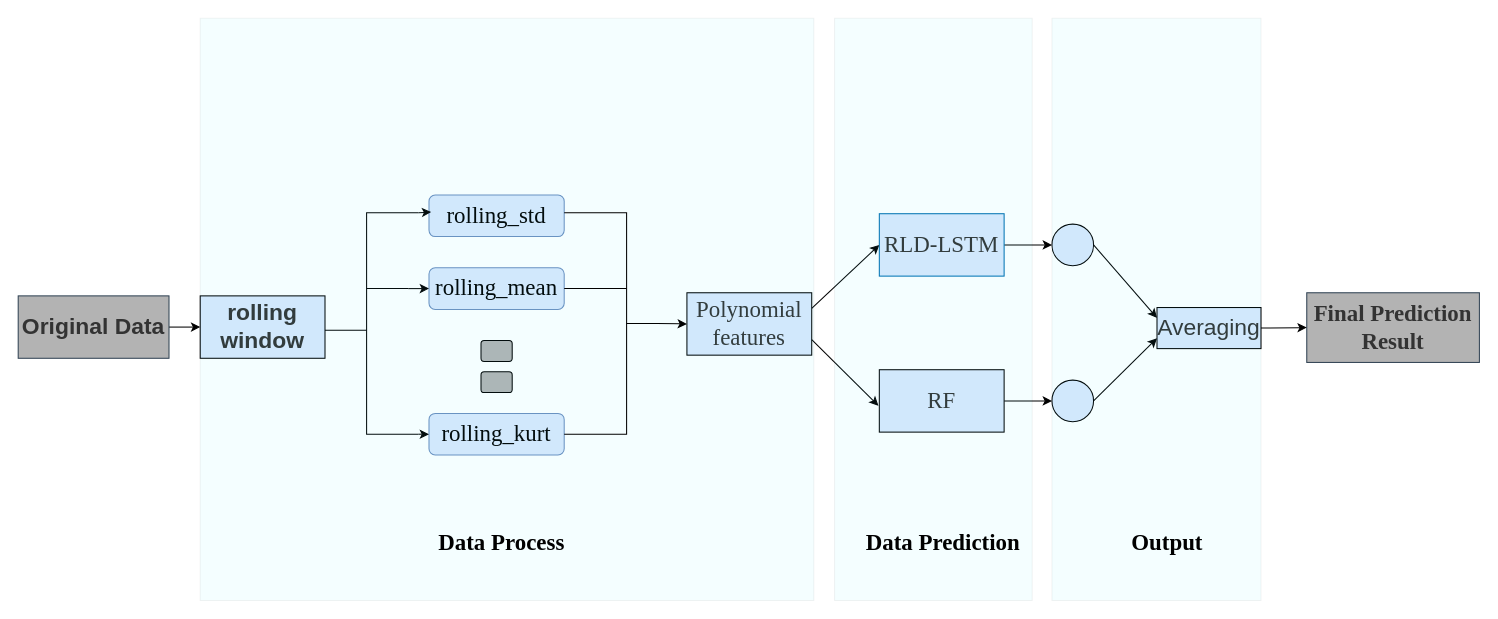
Lu-Ming-Song/C keeps this draw.io diagram as huihe.drawio. Above is the earlier version. Source tidied: cells renumbered, new cells numbered last; positions are measured from the earlier drawing's top-left corner, leaving out a move shared by most shapes. Both pictures are drawn from the tidied source at 104%, with x=0, y=0 at pixel (18, 18).
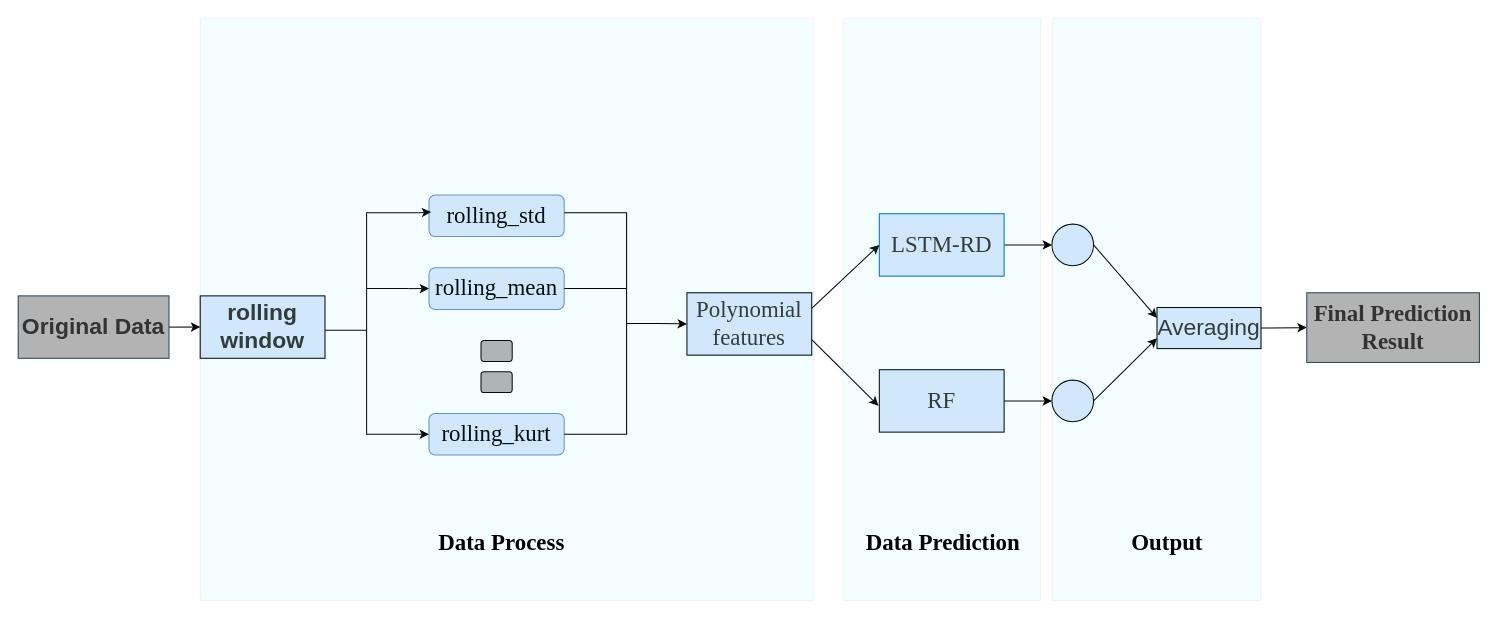
Above is the later version.

Change to the diagram source:
```diff
@@
-    <mxCell id="13" value="&lt;font color=&quot;#333333&quot; style=&quot;font-size: 22px;&quot; face=&quot;Times New Roman&quot;&gt;RLD-LSTM&lt;/font&gt;" style="rounded=0;whiteSpace=wrap;html=1;fillColor=#DAE8FC;fontColor=#ffffff;strokeColor=#006EAF;" parent="1" vertex="1">
+    <mxCell id="13" value="&lt;font color=&quot;#333333&quot; style=&quot;font-size: 22px;&quot; face=&quot;Times New Roman&quot;&gt;LSTM-RD&lt;/font&gt;" style="rounded=0;whiteSpace=wrap;html=1;fillColor=#DAE8FC;fontColor=#ffffff;strokeColor=#006EAF;" parent="1" vertex="1">
       <mxGeometry x="828" y="188" width="120" height="60" as="geometry" />
     </mxCell>
@@
     <mxCell id="32" style="verticalLabelPosition=bottom;verticalAlign=top;html=1;shape=mxgraph.basic.rect;fillColor2=none;strokeWidth=1;size=20;indent=5;opacity=5;fillColor=#36DDFF;" parent="1" vertex="1">
-      <mxGeometry x="785" width="190" height="560" as="geometry" />
+      <mxGeometry x="793" width="190" height="560" as="geometry" />
     </mxCell>
```
